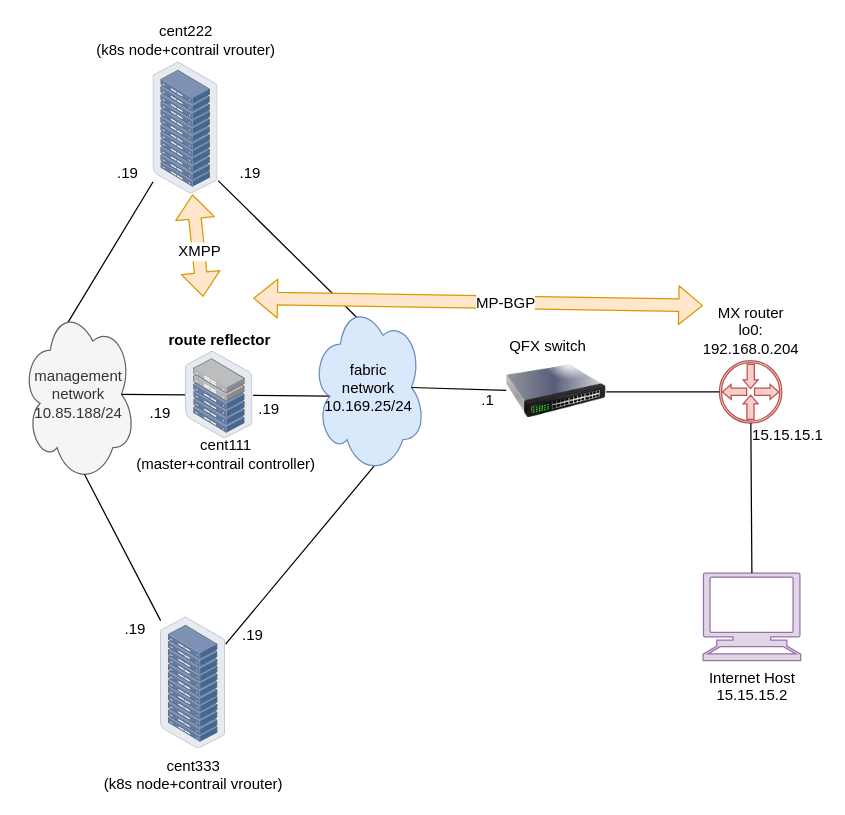
Above: diagrams/drawio/testbed-fabric.drawio in pinggit/kubernetes-contrail-day-one (draw.io), before the change. Source tidied: cells renumbered, new cells numbered last; positions are measured from the earlier drawing's top-left corner, leaving out a move shared by most shapes. Both pictures are drawn from the tidied source at 125%, with x=0, y=0 at pixel (21, 61).
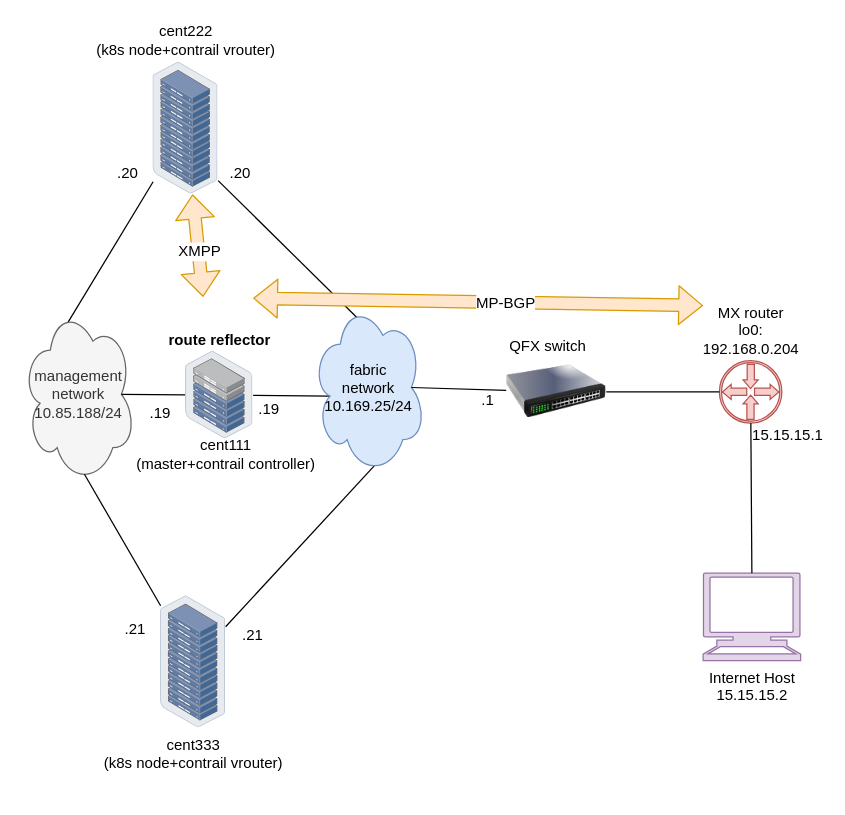
After the change.

What changed in the source:
```diff
@@
     <mxCell id="20" value="cent333&lt;br&gt;(k8s node+contrail vrouter)" style="points=[];html=1;align=center;shadow=0;dashed=0;image;image=img/lib/allied_telesis/storage/Datacenter_Server_Rack.svg;" parent="1" vertex="1">
-      <mxGeometry x="111" y="444" width="52" height="106" as="geometry" />
+      <mxGeometry x="111" y="427" width="52" height="106" as="geometry" />
     </mxCell>
@@
-    <mxCell id="26" value=".19&lt;br&gt;" style="text;html=1;strokeColor=none;fillColor=none;align=center;verticalAlign=middle;whiteSpace=wrap;rounded=0;" parent="1" vertex="1">
-      <mxGeometry x="163" y="79" width="40" height="20" as="geometry" />
+    <mxCell id="26" value=".20" style="text;html=1;strokeColor=none;fillColor=none;align=center;verticalAlign=middle;whiteSpace=wrap;rounded=0;" parent="1" vertex="1">
+      <mxGeometry x="155" y="79" width="40" height="20" as="geometry" />
     </mxCell>
-    <mxCell id="27" value=".19&lt;br&gt;" style="text;html=1;strokeColor=none;fillColor=none;align=center;verticalAlign=middle;whiteSpace=wrap;rounded=0;" parent="1" vertex="1">
+    <mxCell id="27" value=".21" style="text;html=1;strokeColor=none;fillColor=none;align=center;verticalAlign=middle;whiteSpace=wrap;rounded=0;" parent="1" vertex="1">
       <mxGeometry x="165" y="449" width="40" height="20" as="geometry" />
     </mxCell>
-    <mxCell id="28" value=".19&lt;br&gt;" style="text;html=1;strokeColor=none;fillColor=none;align=center;verticalAlign=middle;whiteSpace=wrap;rounded=0;" parent="1" vertex="1">
+    <mxCell id="28" value=".20" style="text;html=1;strokeColor=none;fillColor=none;align=center;verticalAlign=middle;whiteSpace=wrap;rounded=0;" parent="1" vertex="1">
       <mxGeometry x="65" y="79" width="40" height="20" as="geometry" />
     </mxCell>
-    <mxCell id="29" value=".19&lt;br&gt;" style="text;html=1;strokeColor=none;fillColor=none;align=center;verticalAlign=middle;whiteSpace=wrap;rounded=0;" parent="1" vertex="1">
+    <mxCell id="29" value=".21" style="text;html=1;strokeColor=none;fillColor=none;align=center;verticalAlign=middle;whiteSpace=wrap;rounded=0;" parent="1" vertex="1">
       <mxGeometry x="71" y="444" width="40" height="20" as="geometry" />
     </mxCell>
```
